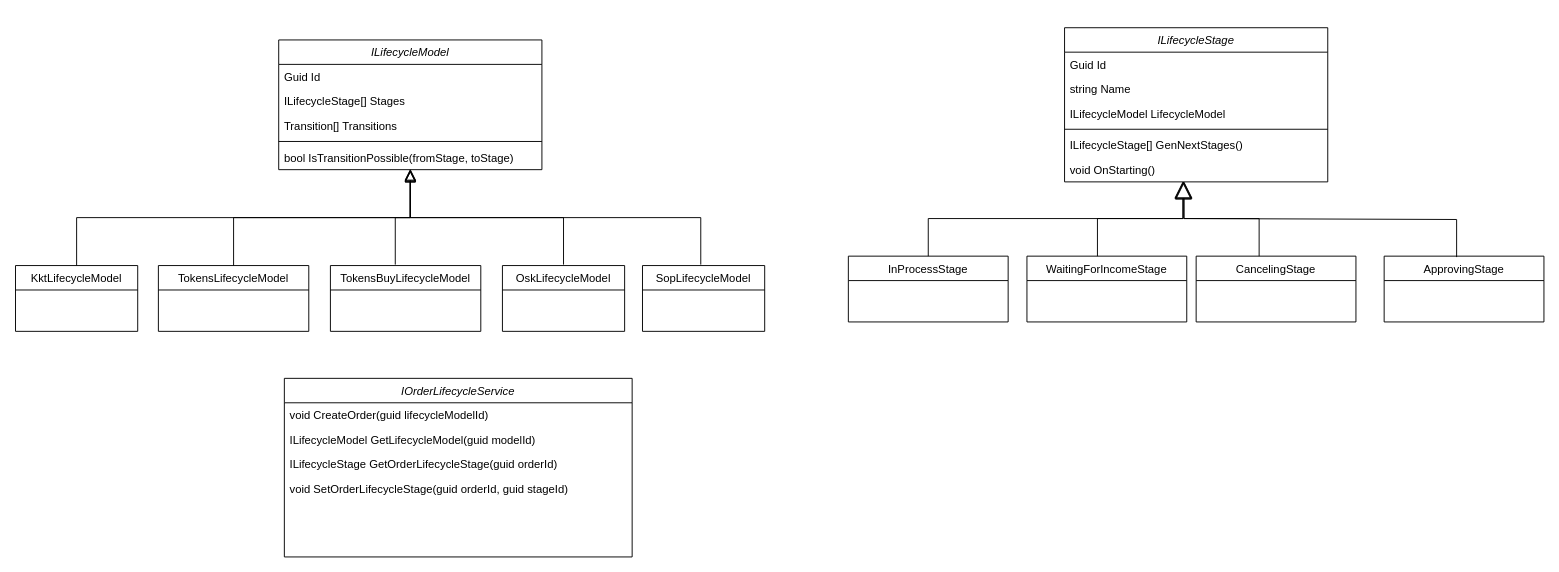
This is Lifecycle.drawio from Kostey2204/GpsApp, a draw.io file, before an edit. Source tidied: cells renumbered, new cells numbered last; positions are measured from the earlier drawing's top-left corner, leaving out a move shared by most shapes. Both pictures are drawn from the tidied source at 94%, with x=0, y=0 at pixel (15, 27).
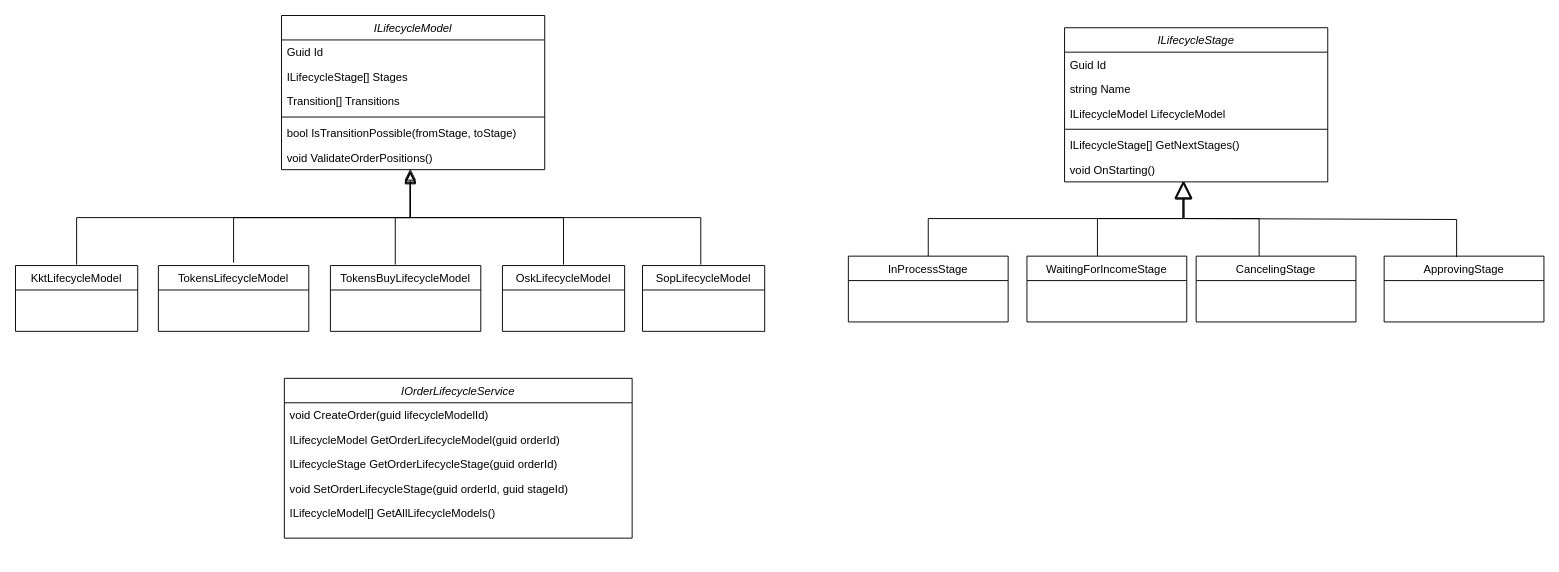
Above is the later version.

The change refers to these unchanged cells:
```xml
<mxCell id="8" value="KktLifecycleModel" style="swimlane;fontStyle=0;align=center;verticalAlign=top;horizontal=1;startSize=26;rounded=0;shadow=0;strokeWidth=1;" parent="1" vertex="1">
  <mxGeometry y="253" width="130" height="70" as="geometry" />
</mxCell>
<mxCell id="10" value="TokensLifecycleModel" style="swimlane;fontStyle=0;align=center;verticalAlign=top;horizontal=1;startSize=26;rounded=0;shadow=0;strokeWidth=1;" parent="1" vertex="1">
  <mxGeometry x="152" y="253" width="160" height="70" as="geometry" />
</mxCell>
<mxCell id="18" value="ILifecycleStage" style="swimlane;fontStyle=2;align=center;verticalAlign=top;horizontal=1;startSize=26;rounded=0;shadow=0;strokeWidth=1;" parent="1" vertex="1">
  <mxGeometry x="1116" width="280" height="164" as="geometry" />
</mxCell>
```

The edit, as a diff of the source:
```diff
@@
     <mxCell id="2" value="ILifecycleModel" style="swimlane;fontStyle=2;align=center;verticalAlign=top;horizontal=1;startSize=26;rounded=0;shadow=0;strokeWidth=1;" parent="1" vertex="1">
-      <mxGeometry x="280" y="13" width="280" height="138" as="geometry" />
+      <mxGeometry x="283" y="-13" width="280" height="164" as="geometry" />
     </mxCell>
@@
+    <mxCell id="38" value="void ValidateOrderPositions()" style="text;align=left;verticalAlign=top;spacingLeft=4;spacingRight=4;overflow=hidden;" parent="2" vertex="1">
+      <mxGeometry y="138" width="280" height="26" as="geometry" />
+    </mxCell>
@@
-    <mxCell id="9" style="endArrow=block;endSize=10;endFill=0;shadow=0;strokeWidth=1;rounded=0;curved=0;edgeStyle=elbowEdgeStyle;elbow=vertical;" parent="1" edge="1" source="8" target="2">
-      <mxGeometry relative="1" as="geometry" />
+    <mxCell id="9" style="endArrow=block;endSize=10;endFill=0;shadow=0;strokeWidth=1;rounded=0;curved=0;edgeStyle=elbowEdgeStyle;elbow=vertical;" parent="1" edge="1">
+      <mxGeometry relative="1" as="geometry">
+        <mxPoint x="65" y="252" as="sourcePoint" />
+        <mxPoint x="420" y="153" as="targetPoint" />
+        <Array as="points">
+          <mxPoint x="186" y="202" />
+        </Array>
+      </mxGeometry>
     </mxCell>
@@
-    <mxCell id="11" style="endArrow=block;endSize=10;endFill=0;shadow=0;strokeWidth=1;rounded=0;curved=0;edgeStyle=elbowEdgeStyle;elbow=vertical;" parent="1" edge="1" source="10" target="2">
-      <mxGeometry relative="1" as="geometry" />
+    <mxCell id="11" style="endArrow=block;endSize=10;endFill=0;shadow=0;strokeWidth=1;rounded=0;curved=0;edgeStyle=elbowEdgeStyle;elbow=vertical;" parent="1" edge="1">
+      <mxGeometry relative="1" as="geometry">
+        <mxPoint x="232" y="250" as="sourcePoint" />
+        <mxPoint x="420" y="154" as="targetPoint" />
+      </mxGeometry>
     </mxCell>
@@
     <mxCell id="17" style="endArrow=block;endSize=10;endFill=0;shadow=0;strokeWidth=1;rounded=0;curved=0;edgeStyle=elbowEdgeStyle;elbow=vertical;exitX=0.5;exitY=0;exitDx=0;exitDy=0;" parent="1" edge="1">
       <mxGeometry relative="1" as="geometry">
         <mxPoint x="729" y="252" as="sourcePoint" />
-        <mxPoint x="420" y="152" as="targetPoint" />
+        <mxPoint x="420" y="153" as="targetPoint" />
         <Array as="points">
           <mxPoint x="612" y="202" />
         </Array>
       </mxGeometry>
     </mxCell>
@@
-    <mxCell id="23" value="ILifecycleStage[] GenNextStages()" style="text;align=left;verticalAlign=top;spacingLeft=4;spacingRight=4;overflow=hidden;" parent="18" vertex="1">
+    <mxCell id="23" value="ILifecycleStage[] GetNextStages()" style="text;align=left;verticalAlign=top;spacingLeft=4;spacingRight=4;overflow=hidden;" parent="18" vertex="1">
       <mxGeometry y="112" width="280" height="26" as="geometry" />
     </mxCell>
@@
     <mxCell id="33" value="IOrderLifecycleService" style="swimlane;fontStyle=2;align=center;verticalAlign=top;horizontal=1;startSize=26;rounded=0;shadow=0;strokeWidth=1;" parent="1" vertex="1">
-      <mxGeometry x="286" y="373" width="370" height="190" as="geometry" />
+      <mxGeometry x="286" y="373" width="370" height="170" as="geometry" />
     </mxCell>
@@
-    <mxCell id="35" value="ILifecycleModel GetLifecycleModel(guid modelId)" style="text;align=left;verticalAlign=top;spacingLeft=4;spacingRight=4;overflow=hidden;" parent="33" vertex="1">
+    <mxCell id="35" value="ILifecycleModel GetOrderLifecycleModel(guid orderId)" style="text;align=left;verticalAlign=top;spacingLeft=4;spacingRight=4;overflow=hidden;" parent="33" vertex="1">
       <mxGeometry y="52" width="370" height="26" as="geometry" />
     </mxCell>
@@
+    <mxCell id="39" value="ILifecycleModel[] GetAllLifecycleModels()" style="text;align=left;verticalAlign=top;spacingLeft=4;spacingRight=4;overflow=hidden;" parent="33" vertex="1">
+      <mxGeometry y="130" width="370" height="26" as="geometry" />
+    </mxCell>
```
